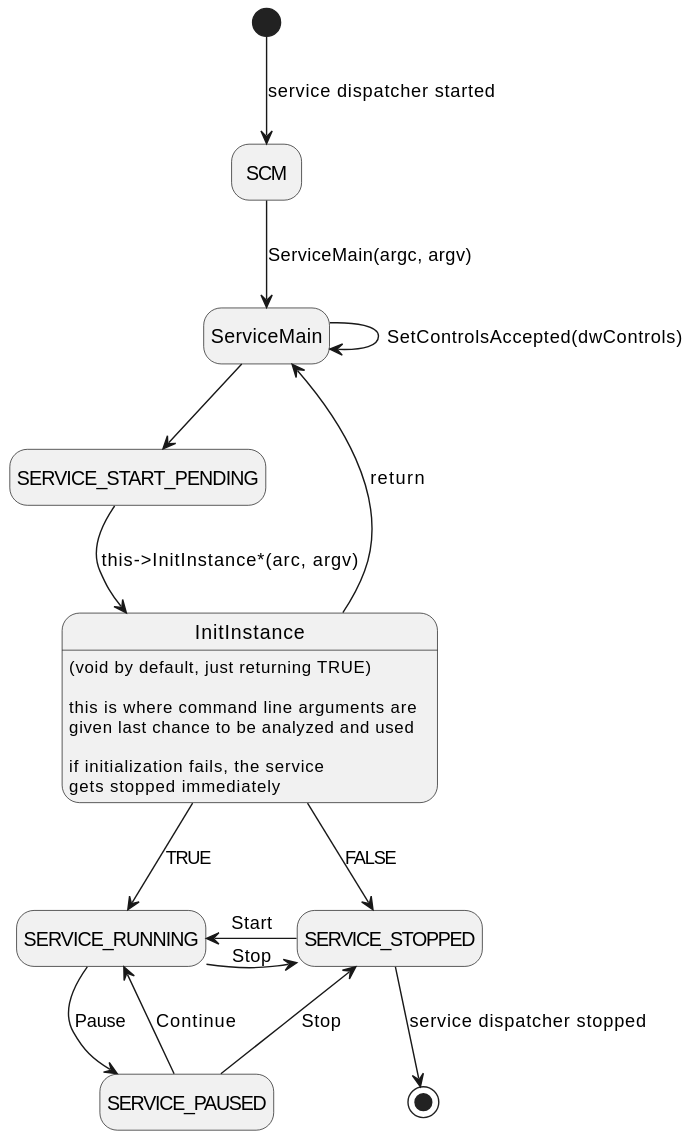
This is doc/images/svcLifeCycle.svg from ivartanov/sfl2, a PlantUML export, as it was before one commit.
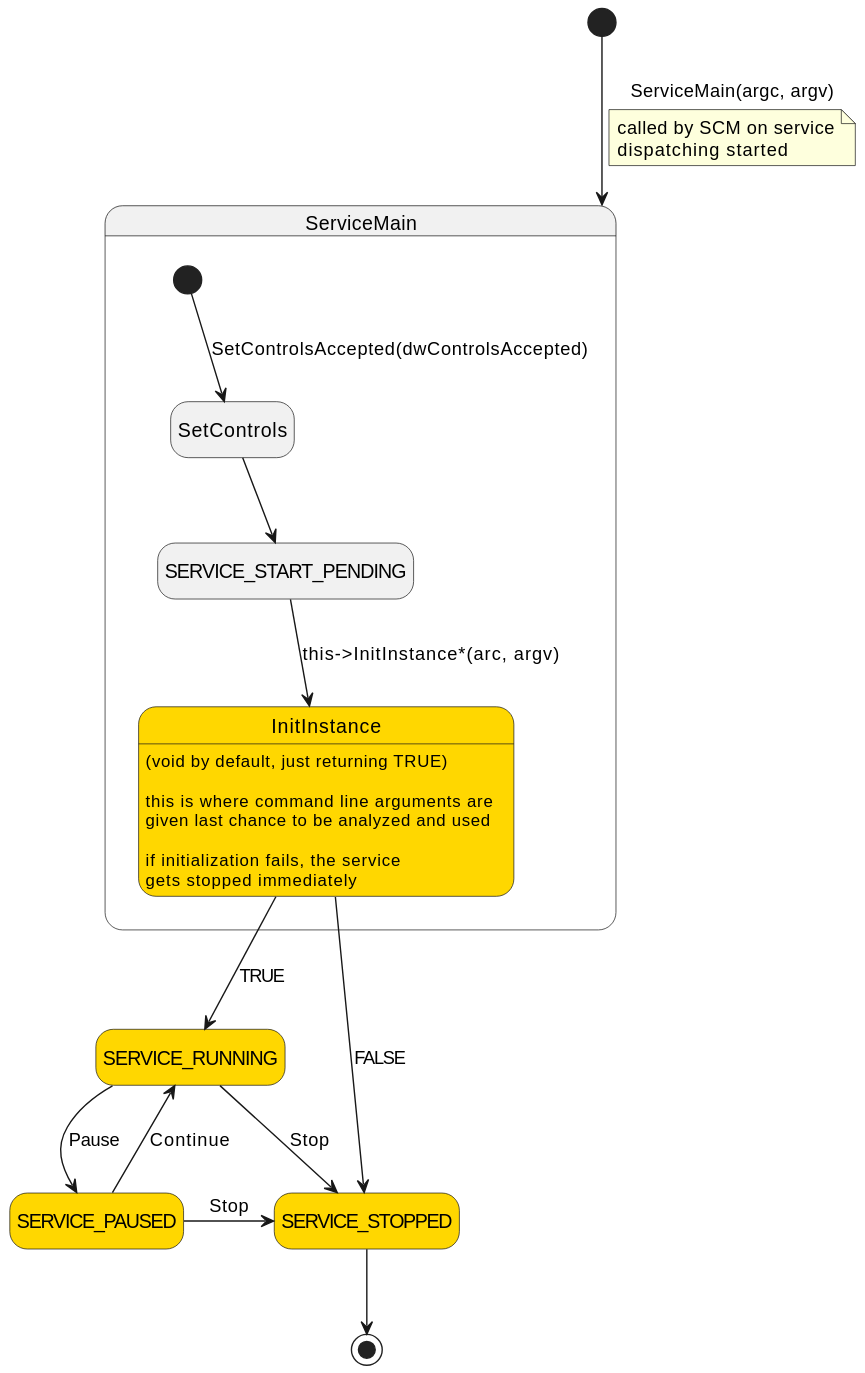
The same file after the commit.

Commit message:
[doc] improve diagram layouts

The edit, as a diff of the source:
```diff
@@ -1,13 +1,21 @@
 @startuml
 hide empty description
 
-[*] --> SCM : service dispatcher started
-SCM --> ServiceMain : ServiceMain(argc, argv)
-ServiceMain -> ServiceMain : SetControlsAccepted(dwControls)
-ServiceMain --> SERVICE_START_PENDING
-SERVICE_START_PENDING --> InitInstance: this->InitInstance*(arc, argv)
-InitInstance --> ServiceMain : return
-InitInstance --> SERVICE_STOPPED : FALSE
+[*] --> ServiceMain : ServiceMain(argc, argv)
+
+note on link
+  called by SCM on service
+  dispatching started
+end note
+
+state ServiceMain {
+
+  [*] --> SetControls : SetControlsAccepted(dwControlsAccepted)
+  SetControls --> SERVICE_START_PENDING
+  SERVICE_START_PENDING --> InitInstance: this->InitInstance*(arc, argv)
+  state InitInstance #gold
+}
+
 InitInstance --> SERVICE_RUNNING : TRUE
 InitInstance : (void by default, just returning TRUE)\n
 InitInstance : this is where command line arguments are
@@ -15,10 +23,14 @@
 InitInstance : if initialization fails, the service
 InitInstance : gets stopped immediately
 
+InitInstance --> SERVICE_STOPPED : FALSE
+SERVICE_STOPPED --> [*]
 SERVICE_RUNNING -> SERVICE_STOPPED : Stop
-SERVICE_STOPPED -> SERVICE_RUNNING : Start
 SERVICE_RUNNING --> SERVICE_PAUSED : Pause
 SERVICE_PAUSED --> SERVICE_RUNNING : Continue
 SERVICE_PAUSED -> SERVICE_STOPPED : Stop
-SERVICE_STOPPED --> [*] : service dispatcher stopped
+
+state SERVICE_RUNNING #gold
+state SERVICE_PAUSED  #gold
+state SERVICE_STOPPED #gold
 @enduml
```
